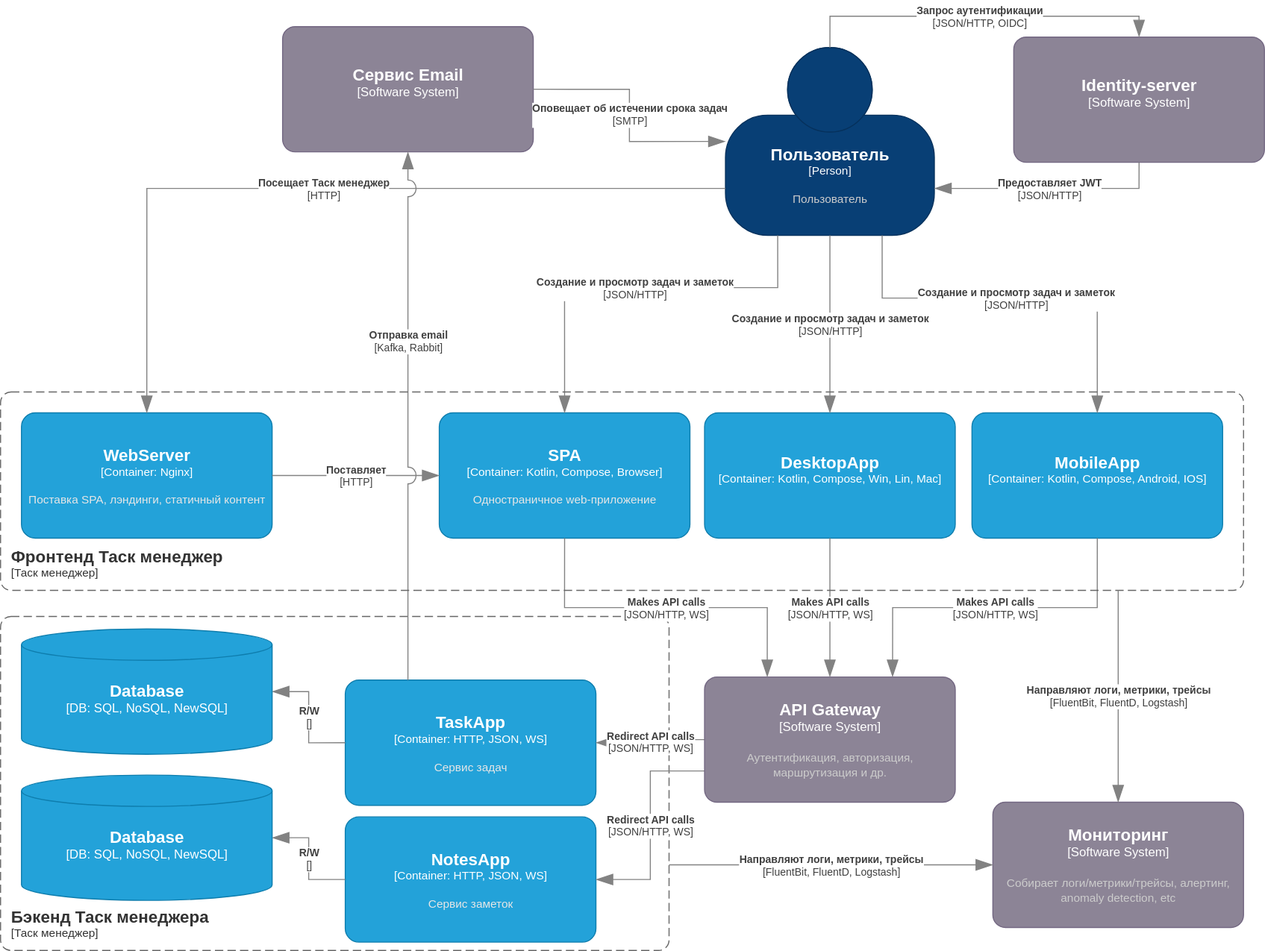
This is docs/03-architecture/studyProject-arch-C4-containers.drawio.svg from Demyanov-A/otus-kotlin, a draw.io export, as it was before one commit. Source tidied: cells renumbered, new cells last; positions are measured from the earlier drawing's top-left corner, leaving out a move shared by most shapes.
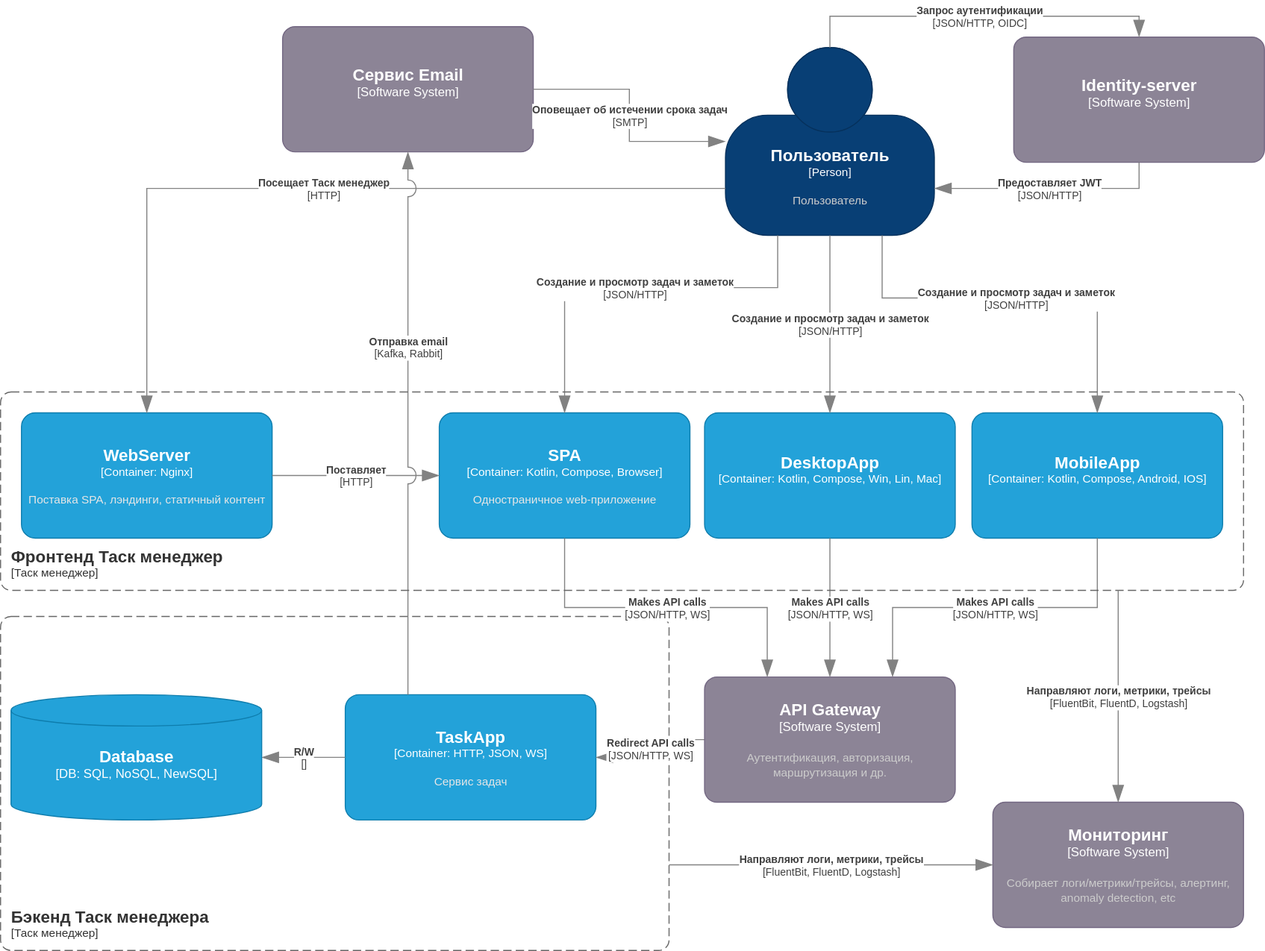
Above is the later version.

What changed in the source:
```diff
@@ -99,7 +99,7 @@
     </object>
     <object id="18" label="&lt;font style=&quot;font-size: 16px&quot;&gt;&lt;b&gt;%c4Name%&lt;/b&gt;&lt;/font&gt;&lt;div&gt;[%c4Type%: %c4Technology%]&lt;/div&gt;&lt;br&gt;&lt;div&gt;&lt;font style=&quot;font-size: 11px&quot;&gt;&lt;font color=&quot;#E6E6E6&quot;&gt;%c4Description%&lt;/font&gt;&lt;/div&gt;" c4Description="Сервис задач" c4Name="TaskApp" c4Technology="HTTP, JSON, WS" c4Type="Container" placeholders="1">
       <mxCell style="rounded=1;whiteSpace=wrap;html=1;fontSize=11;labelBackgroundColor=none;fillColor=#23A2D9;fontColor=#ffffff;align=center;arcSize=11;strokeColor=#0E7DAD;points=[[0.25,0,0],[0.5,0,0],[0.75,0,0],[1,0.25,0],[1,0.5,0],[1,0.75,0],[0.75,1,0],[0.5,1,0],[0.25,1,0],[0,0.75,0],[0,0.5,0],[0,0.25,0]];" parent="1" vertex="1">
-        <mxGeometry x="330" y="636" width="240" height="120" as="geometry" />
+        <mxGeometry x="330" y="650" width="240" height="120" as="geometry" />
       </mxCell>
     </object>
     <object id="19" label="&lt;div style=&quot;text-align: left&quot;&gt;&lt;div style=&quot;text-align: center&quot;&gt;&lt;b&gt;%c4Description%&lt;/b&gt;&lt;/div&gt;&lt;div style=&quot;text-align: center&quot;&gt;[%c4Technology%]&lt;/div&gt;&lt;/div&gt;" c4Description="Makes API calls" c4Technology="JSON/HTTP, WS" c4Type="Relationship" placeholders="1">
@@ -129,7 +129,7 @@
     </object>
     <object id="24" label="&lt;font style=&quot;font-size: 16px&quot;&gt;&lt;b&gt;%c4Type%&lt;/b&gt;&lt;/font&gt;&lt;div&gt;[%c4Container%:&amp;nbsp;%c4Technology%]&lt;/div&gt;&lt;br&gt;&lt;div&gt;&lt;font style=&quot;font-size: 11px&quot;&gt;&lt;font color=&quot;#E6E6E6&quot;&gt;%c4Description%&lt;/font&gt;&lt;/div&gt;" c4Container="DB" c4Description="" c4Technology="SQL, NoSQL, NewSQL" c4Type="Database" placeholders="1">
       <mxCell style="shape=cylinder3;size=15;whiteSpace=wrap;html=1;boundedLbl=1;rounded=0;labelBackgroundColor=none;fillColor=#23A2D9;fontSize=12;fontColor=#ffffff;align=center;strokeColor=#0E7DAD;points=[[0.5,0,0],[1,0.25,0],[1,0.5,0],[1,0.75,0],[0.5,1,0],[0,0.75,0],[0,0.5,0],[0,0.25,0]];" parent="1" vertex="1">
-        <mxGeometry x="20" y="587" width="240" height="120" as="geometry" />
+        <mxGeometry x="10" y="650" width="240" height="120" as="geometry" />
       </mxCell>
     </object>
     <object id="25" label="&lt;div style=&quot;text-align: left&quot;&gt;&lt;div style=&quot;text-align: center&quot;&gt;&lt;b&gt;%c4Description%&lt;/b&gt;&lt;/div&gt;&lt;div style=&quot;text-align: center&quot;&gt;[%c4Technology%]&lt;/div&gt;&lt;/div&gt;" c4Description="Отправка email" c4Technology="Kafka, Rabbit" c4Type="Relationship" placeholders="1">
@@ -137,26 +137,6 @@
         <mxGeometry x="0.28" relative="1" as="geometry" />
       </mxCell>
     </object>
-    <object id="26" label="&lt;font style=&quot;font-size: 16px&quot;&gt;&lt;b&gt;%c4Name%&lt;/b&gt;&lt;/font&gt;&lt;div&gt;[%c4Type%: %c4Technology%]&lt;/div&gt;&lt;br&gt;&lt;div&gt;&lt;font style=&quot;font-size: 11px&quot;&gt;&lt;font color=&quot;#E6E6E6&quot;&gt;%c4Description%&lt;/font&gt;&lt;/div&gt;" c4Description="Сервис заметок" c4Name="NotesApp" c4Technology="HTTP, JSON, WS" c4Type="Container" placeholders="1">
-      <mxCell style="rounded=1;whiteSpace=wrap;html=1;fontSize=11;labelBackgroundColor=none;fillColor=#23A2D9;fontColor=#ffffff;align=center;arcSize=11;strokeColor=#0E7DAD;points=[[0.25,0,0],[0.5,0,0],[0.75,0,0],[1,0.25,0],[1,0.5,0],[1,0.75,0],[0.75,1,0],[0.5,1,0],[0.25,1,0],[0,0.75,0],[0,0.5,0],[0,0.25,0]];" parent="1" vertex="1">
-        <mxGeometry x="330" y="767" width="240" height="120" as="geometry" />
-      </mxCell>
-    </object>
-    <object id="27" label="&lt;div style=&quot;text-align: left&quot;&gt;&lt;div style=&quot;text-align: center&quot;&gt;&lt;b&gt;%c4Description%&lt;/b&gt;&lt;/div&gt;&lt;div style=&quot;text-align: center&quot;&gt;[%c4Technology%]&lt;/div&gt;&lt;/div&gt;" c4Description="Redirect API calls" c4Technology="JSON/HTTP, WS" c4Type="Relationship" placeholders="1">
-      <mxCell style="endArrow=blockThin;html=1;fontSize=10;fontColor=#404040;strokeWidth=1;endFill=1;strokeColor=#828282;elbow=vertical;endSize=14;startSize=14;jumpStyle=arc;jumpSize=16;rounded=0;edgeStyle=orthogonalEdgeStyle;exitX=0;exitY=0.75;exitDx=0;exitDy=0;exitPerimeter=0;entryX=1;entryY=0.5;entryDx=0;entryDy=0;entryPerimeter=0;" parent="1" edge="1" source="32" target="26">
-        <mxGeometry relative="1" as="geometry" />
-      </mxCell>
-    </object>
-    <object id="28" label="&lt;div style=&quot;text-align: left&quot;&gt;&lt;div style=&quot;text-align: center&quot;&gt;&lt;b&gt;%c4Description%&lt;/b&gt;&lt;/div&gt;&lt;div style=&quot;text-align: center&quot;&gt;[%c4Technology%]&lt;/div&gt;&lt;/div&gt;" c4Description="R/W" c4Technology="" c4Type="Relationship" placeholders="1">
-      <mxCell style="endArrow=blockThin;html=1;fontSize=10;fontColor=#404040;strokeWidth=1;endFill=1;strokeColor=#828282;elbow=vertical;endSize=14;startSize=14;jumpStyle=arc;jumpSize=16;rounded=0;edgeStyle=orthogonalEdgeStyle;exitX=0;exitY=0.5;exitDx=0;exitDy=0;exitPerimeter=0;entryX=1;entryY=0.5;entryDx=0;entryDy=0;entryPerimeter=0;" parent="1" edge="1" source="26" target="29">
-        <mxGeometry relative="1" as="geometry" />
-      </mxCell>
-    </object>
-    <object id="29" label="&lt;font style=&quot;font-size: 16px&quot;&gt;&lt;b&gt;%c4Type%&lt;/b&gt;&lt;/font&gt;&lt;div&gt;[%c4Container%:&amp;nbsp;%c4Technology%]&lt;/div&gt;&lt;br&gt;&lt;div&gt;&lt;font style=&quot;font-size: 11px&quot;&gt;&lt;font color=&quot;#E6E6E6&quot;&gt;%c4Description%&lt;/font&gt;&lt;/div&gt;" c4Container="DB" c4Description="" c4Technology="SQL, NoSQL, NewSQL" c4Type="Database" placeholders="1">
-      <mxCell style="shape=cylinder3;size=15;whiteSpace=wrap;html=1;boundedLbl=1;rounded=0;labelBackgroundColor=none;fillColor=#23A2D9;fontSize=12;fontColor=#ffffff;align=center;strokeColor=#0E7DAD;points=[[0.5,0,0],[1,0.25,0],[1,0.5,0],[1,0.75,0],[0.5,1,0],[0,0.75,0],[0,0.5,0],[0,0.25,0]];" parent="1" vertex="1">
-        <mxGeometry x="20" y="727" width="240" height="120" as="geometry" />
-      </mxCell>
-    </object>
     <object id="30" label="&lt;font style=&quot;font-size: 16px&quot;&gt;&lt;b&gt;%c4Name%&lt;/b&gt;&lt;/font&gt;&lt;div&gt;[%c4Type%]&lt;/div&gt;&lt;br&gt;&lt;div&gt;&lt;font style=&quot;font-size: 11px&quot;&gt;&lt;font color=&quot;#cccccc&quot;&gt;%c4Description%&lt;/font&gt;&lt;/div&gt;" c4Description="Собирает логи/метрики/трейсы, алертинг, anomaly detection, etc" c4Name="Мониторинг" c4Type="Software System" placeholders="1">
       <mxCell style="rounded=1;whiteSpace=wrap;html=1;labelBackgroundColor=none;fillColor=#8C8496;fontColor=#ffffff;align=center;arcSize=10;strokeColor=#736782;points=[[0.25,0,0],[0.5,0,0],[0.75,0,0],[1,0.25,0],[1,0.5,0],[1,0.75,0],[0.75,1,0],[0.5,1,0],[0.25,1,0],[0,0.75,0],[0,0.5,0],[0,0.25,0]];" parent="1" vertex="1">
         <mxGeometry x="950" y="753" width="240" height="120" as="geometry" />
```
